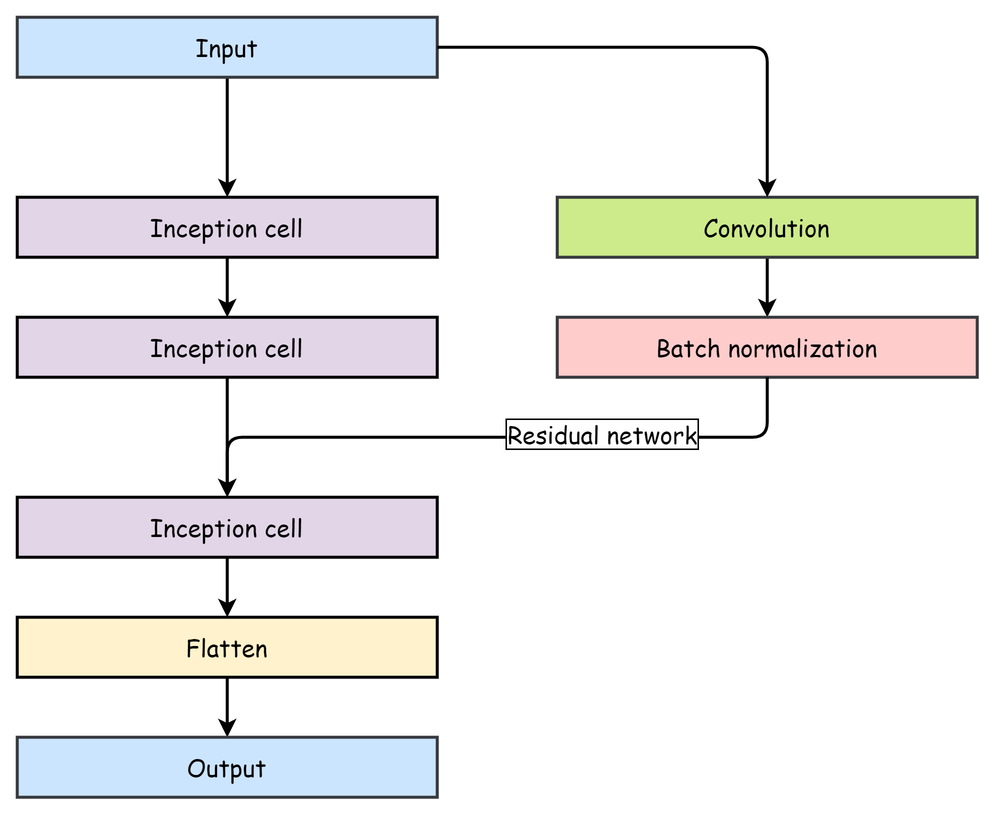
Above: img/Classifier_diagram.png in yuyuranium/ARC-AIoT-driver-feedback-system (draw.io), before the change. Source tidied: cells renumbered, new cells last; positions are measured from the earlier drawing's top-left corner, leaving out a move shared by most shapes. Its diagram source:
```xml
<mxGraphModel>
  <root>
    <mxCell id="0" />
    <mxCell id="1" parent="0" />
    <mxCell id="2" style="edgeStyle=orthogonalEdgeStyle;rounded=0;jettySize=auto;html=1;entryX=0.5;entryY=0;entryDx=0;entryDy=0;strokeWidth=2;" parent="1" edge="1" source="3" target="9">
      <mxGeometry relative="1" as="geometry" />
    </mxCell>
    <mxCell id="3" value="&lt;font style=&quot;font-size: 16px&quot; face=&quot;Comic Sans MS&quot;&gt;Input&lt;/font&gt;" style="rounded=0;whiteSpace=wrap;html=1;strokeWidth=2;fillColor=#cce5ff;strokeColor=#36393d;" parent="1" vertex="1">
      <mxGeometry width="280" height="40" as="geometry" />
    </mxCell>
    <mxCell id="4" style="edgeStyle=orthogonalEdgeStyle;rounded=0;jettySize=auto;html=1;entryX=0.5;entryY=0;entryDx=0;entryDy=0;fontFamily=Comic Sans MS;strokeWidth=2;" parent="1" edge="1" source="5" target="16">
      <mxGeometry relative="1" as="geometry" />
    </mxCell>
    <mxCell id="5" value="&lt;font style=&quot;font-size: 16px&quot; face=&quot;Comic Sans MS&quot;&gt;Flatten&lt;/font&gt;" style="rounded=0;whiteSpace=wrap;html=1;strokeWidth=2;fillColor=#fff2cc;" parent="1" vertex="1">
      <mxGeometry y="400" width="280" height="40" as="geometry" />
    </mxCell>
    <mxCell id="6" style="edgeStyle=orthogonalEdgeStyle;rounded=0;jettySize=auto;html=1;exitX=0.5;exitY=1;exitDx=0;exitDy=0;entryX=0.5;entryY=0;entryDx=0;entryDy=0;strokeWidth=2;" parent="1" edge="1" source="7" target="11">
      <mxGeometry relative="1" as="geometry" />
    </mxCell>
    <mxCell id="7" value="&lt;span style=&quot;font-size: 16px&quot;&gt;&lt;font face=&quot;Comic Sans MS&quot;&gt;Inception cell&lt;/font&gt;&lt;/span&gt;" style="rounded=0;whiteSpace=wrap;html=1;strokeWidth=2;fillColor=#e1d5e7;" parent="1" vertex="1">
      <mxGeometry y="200" width="280" height="40" as="geometry" />
    </mxCell>
    <mxCell id="8" style="edgeStyle=orthogonalEdgeStyle;rounded=0;jettySize=auto;html=1;entryX=0.5;entryY=0;entryDx=0;entryDy=0;strokeWidth=2;" parent="1" edge="1" source="9" target="7">
      <mxGeometry relative="1" as="geometry" />
    </mxCell>
    <mxCell id="9" value="&lt;font style=&quot;font-size: 16px&quot; face=&quot;Comic Sans MS&quot;&gt;Inception cell&lt;/font&gt;" style="rounded=0;whiteSpace=wrap;html=1;strokeWidth=2;fillColor=#e1d5e7;" parent="1" vertex="1">
      <mxGeometry y="120" width="280" height="40" as="geometry" />
    </mxCell>
    <mxCell id="10" style="edgeStyle=orthogonalEdgeStyle;rounded=0;jettySize=auto;html=1;entryX=0.5;entryY=0;entryDx=0;entryDy=0;strokeWidth=2;" parent="1" edge="1" source="11" target="5">
      <mxGeometry relative="1" as="geometry" />
    </mxCell>
    <mxCell id="11" value="&lt;span style=&quot;font-size: 16px&quot;&gt;&lt;font face=&quot;Comic Sans MS&quot;&gt;Inception cell&lt;/font&gt;&lt;/span&gt;" style="rounded=0;whiteSpace=wrap;html=1;strokeWidth=2;fillColor=#e1d5e7;" parent="1" vertex="1">
      <mxGeometry y="320" width="280" height="40" as="geometry" />
    </mxCell>
    <mxCell id="12" style="edgeStyle=orthogonalEdgeStyle;rounded=0;jettySize=auto;html=1;strokeWidth=2;" parent="1" edge="1" source="13" target="14">
      <mxGeometry relative="1" as="geometry" />
    </mxCell>
    <mxCell id="13" value="&lt;font style=&quot;font-size: 16px&quot; face=&quot;Comic Sans MS&quot;&gt;Convolution&lt;/font&gt;" style="rounded=0;whiteSpace=wrap;html=1;strokeWidth=2;fillColor=#cdeb8b;strokeColor=#36393d;" parent="1" vertex="1">
      <mxGeometry x="360" y="120" width="280" height="40" as="geometry" />
    </mxCell>
    <mxCell id="14" value="&lt;span style=&quot;font-size: 16px&quot;&gt;&lt;font face=&quot;Comic Sans MS&quot;&gt;Batch normalization&lt;/font&gt;&lt;/span&gt;" style="rounded=0;whiteSpace=wrap;html=1;strokeWidth=2;fillColor=#ffcccc;strokeColor=#36393d;" parent="1" vertex="1">
      <mxGeometry x="360" y="200" width="280" height="40" as="geometry" />
    </mxCell>
    <mxCell id="15" style="endArrow=classic;html=1;strokeWidth=2;exitX=1;exitY=0.5;exitDx=0;exitDy=0;entryX=0.5;entryY=0;entryDx=0;entryDy=0;" parent="1" edge="1" source="3" target="13">
      <mxGeometry relative="1" as="geometry">
        <Array as="points">
          <mxPoint x="460" y="20" />
          <mxPoint x="500" y="20" />
        </Array>
      </mxGeometry>
    </mxCell>
    <mxCell id="16" value="&lt;font style=&quot;font-size: 16px&quot; face=&quot;Comic Sans MS&quot;&gt;Output&lt;/font&gt;" style="rounded=0;whiteSpace=wrap;html=1;strokeWidth=2;fillColor=#cce5ff;strokeColor=#36393d;" parent="1" vertex="1">
      <mxGeometry y="480" width="280" height="40" as="geometry" />
    </mxCell>
    <mxCell id="17" style="endArrow=classic;html=1;fontFamily=Comic Sans MS;strokeWidth=2;exitX=0.5;exitY=1;exitDx=0;exitDy=0;entryX=0.5;entryY=0;entryDx=0;entryDy=0;" parent="1" edge="1" source="14" target="11">
      <mxGeometry relative="1" as="geometry">
        <Array as="points">
          <mxPoint x="500" y="280" />
          <mxPoint x="140" y="280" />
        </Array>
      </mxGeometry>
    </mxCell>
    <mxCell id="18" value="Residual network" style="edgeLabel;html=1;align=center;verticalAlign=middle;fontFamily=Comic Sans MS;fontSize=16;labelBorderColor=#000000;" parent="17" vertex="1">
      <mxGeometry x="-0.31" y="-3" relative="1" as="geometry" />
    </mxCell>
  </root>
</mxGraphModel>
```
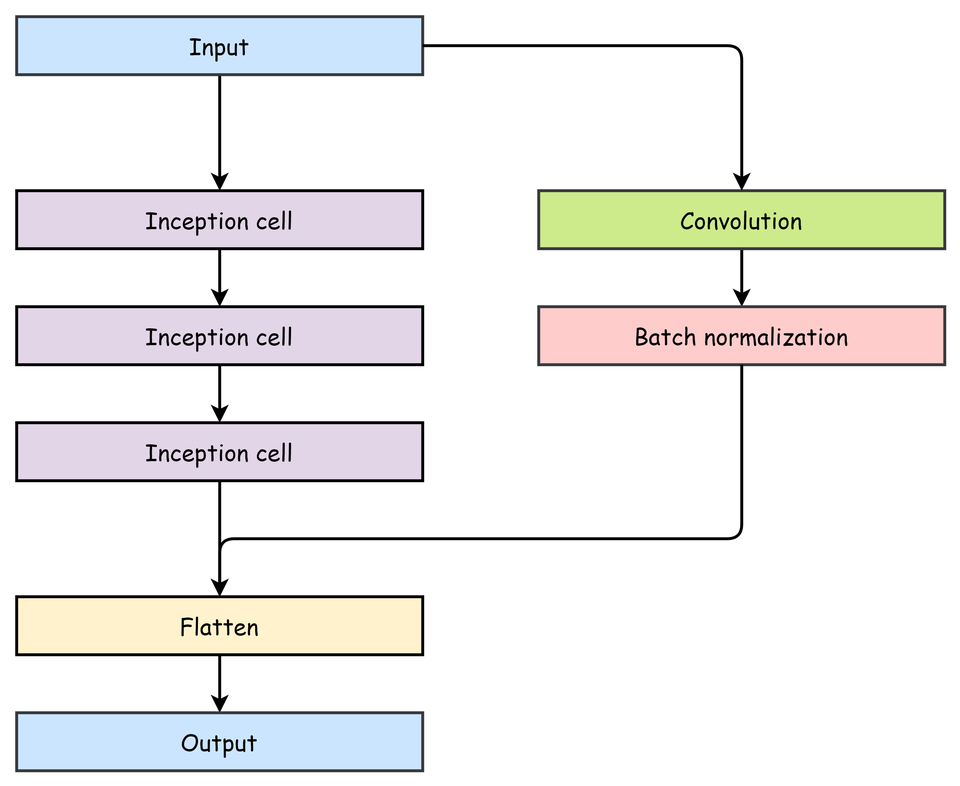
The same file after the commit.

Commit message:
Remove unused images and update predictor diagram

What changed in the source:
```diff
@@ -30,7 +30,7 @@
       <mxGeometry relative="1" as="geometry" />
     </mxCell>
     <mxCell id="11" value="&lt;span style=&quot;font-size: 16px&quot;&gt;&lt;font face=&quot;Comic Sans MS&quot;&gt;Inception cell&lt;/font&gt;&lt;/span&gt;" style="rounded=0;whiteSpace=wrap;html=1;strokeWidth=2;fillColor=#e1d5e7;" parent="1" vertex="1">
-      <mxGeometry y="320" width="280" height="40" as="geometry" />
+      <mxGeometry y="280" width="280" height="40" as="geometry" />
     </mxCell>
     <mxCell id="12" style="edgeStyle=orthogonalEdgeStyle;rounded=0;jettySize=auto;html=1;strokeWidth=2;" parent="1" edge="1" source="13" target="14">
       <mxGeometry relative="1" as="geometry" />
@@ -52,16 +52,13 @@
     <mxCell id="16" value="&lt;font style=&quot;font-size: 16px&quot; face=&quot;Comic Sans MS&quot;&gt;Output&lt;/font&gt;" style="rounded=0;whiteSpace=wrap;html=1;strokeWidth=2;fillColor=#cce5ff;strokeColor=#36393d;" parent="1" vertex="1">
       <mxGeometry y="480" width="280" height="40" as="geometry" />
     </mxCell>
-    <mxCell id="17" style="endArrow=classic;html=1;fontFamily=Comic Sans MS;strokeWidth=2;exitX=0.5;exitY=1;exitDx=0;exitDy=0;entryX=0.5;entryY=0;entryDx=0;entryDy=0;" parent="1" edge="1" source="14" target="11">
-      <mxGeometry relative="1" as="geometry">
-        <Array as="points">
-          <mxPoint x="500" y="280" />
-          <mxPoint x="140" y="280" />
-        </Array>
-      </mxGeometry>
-    </mxCell>
-    <mxCell id="18" value="Residual network" style="edgeLabel;html=1;align=center;verticalAlign=middle;fontFamily=Comic Sans MS;fontSize=16;labelBorderColor=#000000;" parent="17" vertex="1">
-      <mxGeometry x="-0.31" y="-3" relative="1" as="geometry" />
-    </mxCell>
+    <mxCell id="19" style="endArrow=classic;html=1;exitX=0.5;exitY=1;exitDx=0;exitDy=0;strokeWidth=2;entryX=0.5;entryY=0;entryDx=0;entryDy=0;" parent="1" edge="1" source="14" target="5">
+      <mxGeometry relative="1" as="geometry">
+        <Array as="points">
+          <mxPoint x="500" y="360" />
+          <mxPoint x="140" y="360" />
+        </Array>
+      </mxGeometry>
+    </mxCell>
   </root>
 </mxGraphModel>
```
